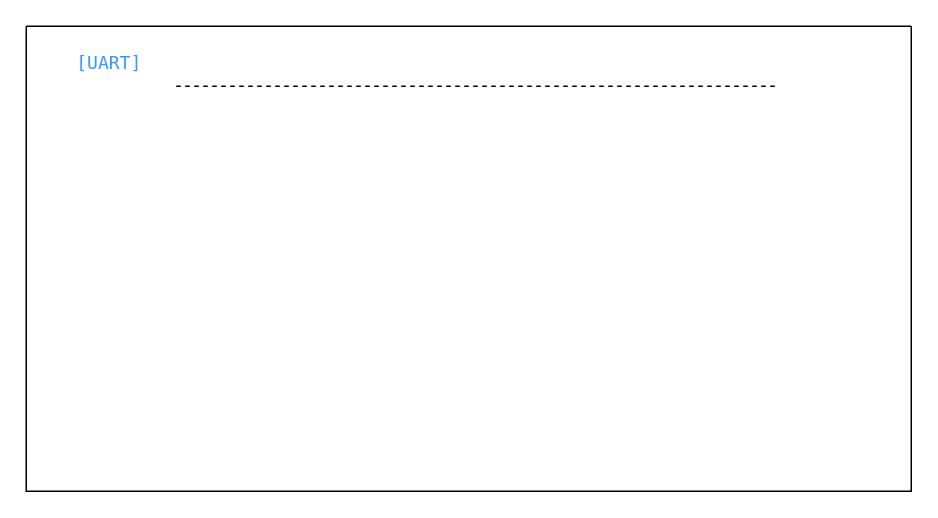
robertholm73/software_design keeps this draw.io diagram as rcu_sw/ui-designs/uart-ui.drawio. Above is the earlier version. Source tidied: cells renumbered, new cells numbered last; positions are measured from the earlier drawing's top-left corner, leaving out a move shared by most shapes. Both pictures are drawn from the tidied source at 150%, with x=0, y=0 at pixel (26, 26).
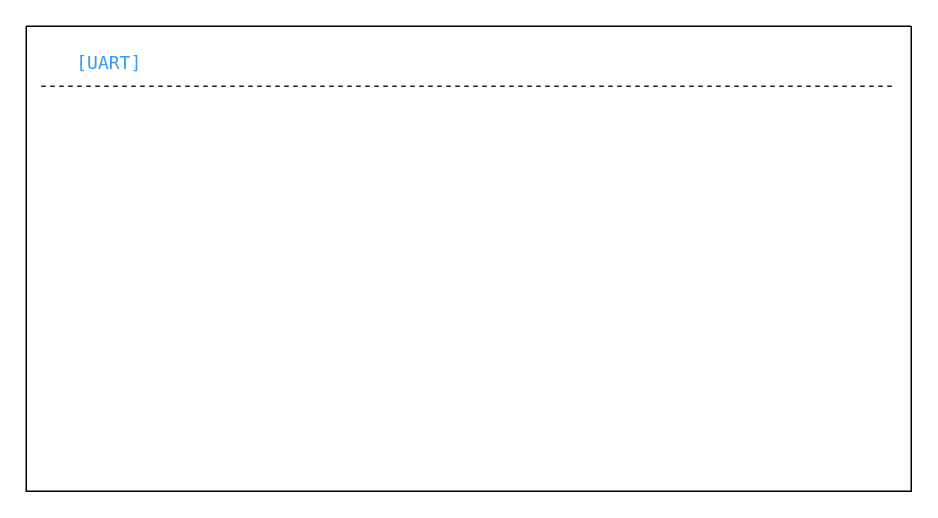
The same page after the edit.

What changed in the source:
```diff
@@
 <mxGraphModel>
   <root>
     <mxCell id="0" />
     <mxCell id="1" parent="0" />
     <mxCell id="2" style="swimlane;startSize=0;" parent="1" vertex="1">
       <mxGeometry width="590" height="310" as="geometry" />
     </mxCell>
     <mxCell id="3" value="&lt;font color=&quot;#3399ff&quot; face=&quot;Lucida Console&quot;&gt;[UART]&lt;/font&gt;" style="text;html=1;align=center;verticalAlign=middle;strokeColor=none;fillColor=default;" parent="2" vertex="1">
       <mxGeometry x="20" y="10" width="70" height="30" as="geometry" />
     </mxCell>
-    <mxCell id="4" style="endArrow=none;dashed=1;html=1;rounded=0;" parent="2" edge="1">
+    <mxCell id="4" style="endArrow=none;dashed=1;html=1;rounded=0;strokeColor=#331A00;" parent="2" edge="1">
       <mxGeometry relative="1" as="geometry">
-        <mxPoint x="100" y="40" as="sourcePoint" />
-        <mxPoint x="500" y="40" as="targetPoint" />
+        <mxPoint x="10" y="40" as="sourcePoint" />
+        <mxPoint x="580" y="40" as="targetPoint" />
       </mxGeometry>
     </mxCell>
   </root>
 </mxGraphModel>
```
